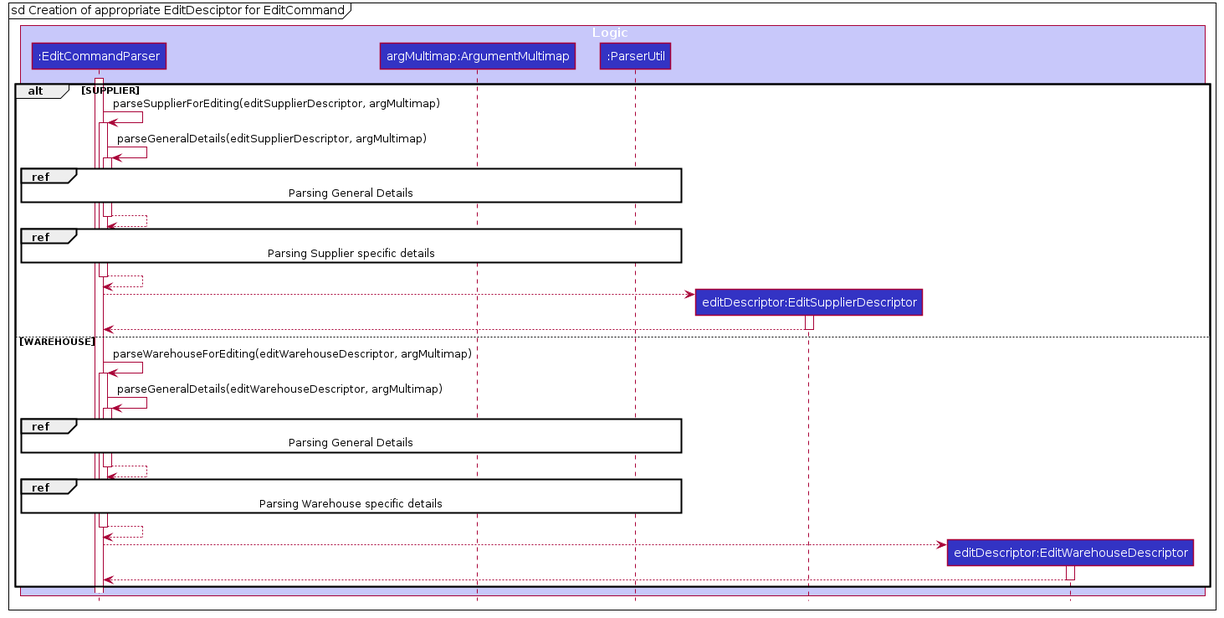
The PlantUML diagram docs/images/EditCommandDescriptorSequenceDiagram.png in tohyuting/tp, before a commit. Source of this version:
```plantuml
@startuml








skinparam BackgroundColor #FFFFFFF

skinparam Shadowing false

skinparam Class {
    FontColor #FFFFFF
    BorderThickness 1
    BorderColor #FFFFFF
    StereotypeFontColor #FFFFFF
    FontName Arial
}

skinparam Actor {
    BorderColor #000000
    Color #000000
    FontName Arial
}

skinparam Sequence {
    MessageAlign center
    BoxFontSize 15
    BoxPadding 0
    BoxFontColor #FFFFFF
    FontName Arial
}

skinparam Participant {
    FontColor #FFFFFFF
    Padding 20
}

skinparam MinClassWidth 50
skinparam ParticipantPadding 10
skinparam Shadowing false
skinparam DefaultTextAlignment center
skinparam packageStyle Rectangle

hide footbox
hide members
hide circle

mainframe sd Creation of appropriate EditDesciptor for EditCommand
box Logic #C8C8FA
participant ":EditCommandParser" as EditCommandParser #3333C4
participant "argMultimap:ArgumentMultimap" as ArgumentMultimap #3333C4
participant ":ParserUtil" as ParserUtil #3333C4
participant "editDescriptor:EditSupplierDescriptor" as EditSupplierDescriptor #3333C4
participant "editDescriptor:EditWarehouseDescriptor" as EditWarehouseDescriptor #3333C4
end box

activate EditCommandParser

alt SUPPLIER
EditCommandParser -> EditCommandParser : parseSupplierForEditing(editSupplierDescriptor, argMultimap)
activate EditCommandParser
EditCommandParser -> EditCommandParser : parseGeneralDetails(editSupplierDescriptor, argMultimap)
activate EditCommandParser
ref over EditCommandParser, ParserUtil
Parsing General Details
end
EditCommandParser --> EditCommandParser
deactivate EditCommandParser
ref over EditCommandParser, ParserUtil
Parsing Supplier specific details
end
EditCommandParser --> EditCommandParser
deactivate EditCommandParser

create EditSupplierDescriptor
EditCommandParser --> EditSupplierDescriptor
activate EditSupplierDescriptor
EditSupplierDescriptor --> EditCommandParser
deactivate EditSupplierDescriptor

else WAREHOUSE
EditCommandParser -> EditCommandParser : parseWarehouseForEditing(editWarehouseDescriptor, argMultimap)
activate EditCommandParser
EditCommandParser -> EditCommandParser : parseGeneralDetails(editWarehouseDescriptor, argMultimap)
activate EditCommandParser

ref over EditCommandParser, ParserUtil
Parsing General Details
end
EditCommandParser --> EditCommandParser
deactivate EditCommandParser
ref over EditCommandParser, ParserUtil
Parsing Warehouse specific details
end
EditCommandParser --> EditCommandParser
deactivate EditCommandParser

create EditWarehouseDescriptor
EditCommandParser --> EditWarehouseDescriptor
activate EditWarehouseDescriptor
EditWarehouseDescriptor --> EditCommandParser
deactivate EditWarehouseDescriptor

end
@enduml
```
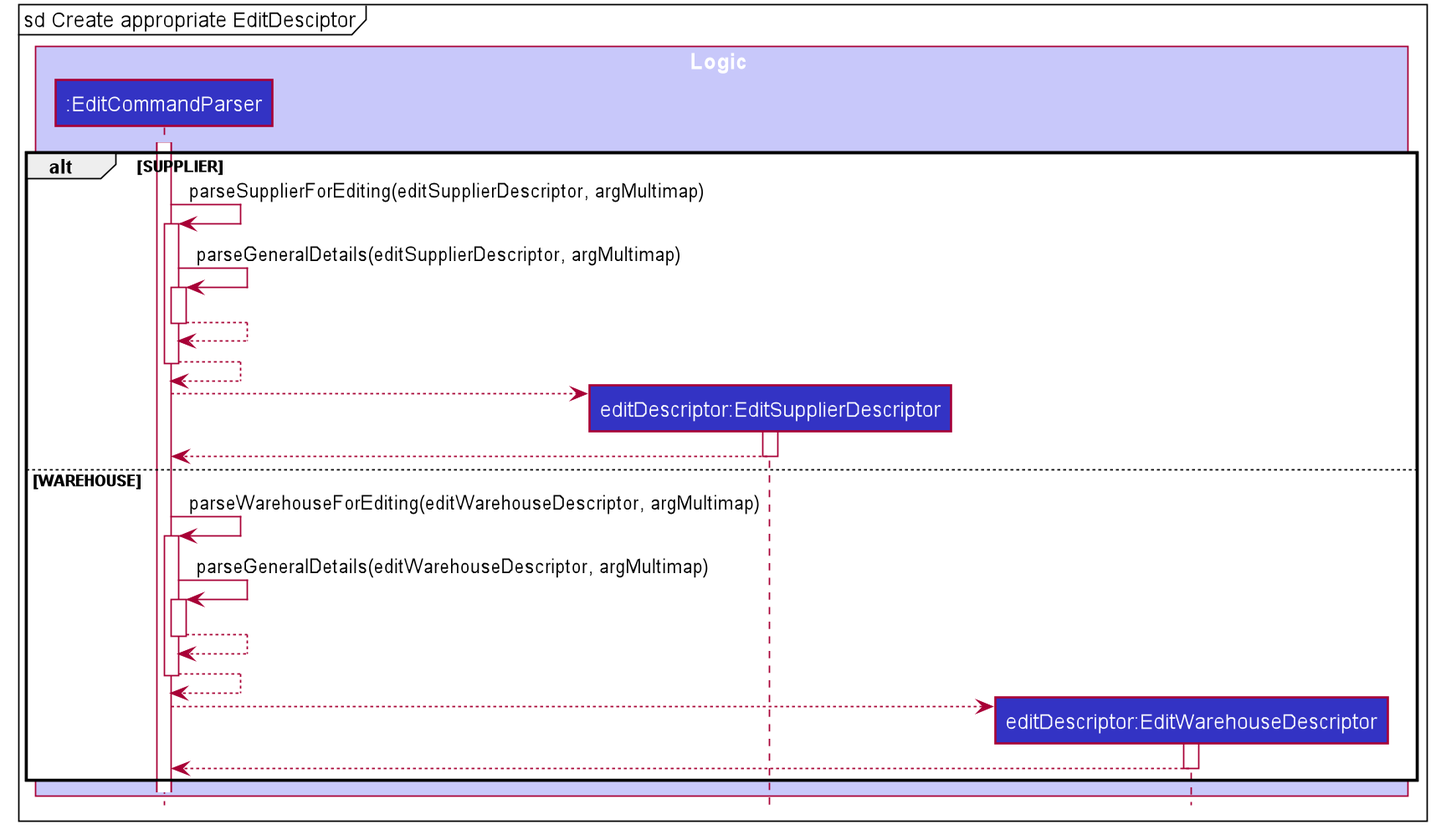
After the commit.

Change to the diagram source:
```diff
@@ -48,11 +48,9 @@
 hide members
 hide circle
 
-mainframe sd Creation of appropriate EditDesciptor for EditCommand
+mainframe sd Create appropriate EditDesciptor
 box Logic #C8C8FA
 participant ":EditCommandParser" as EditCommandParser #3333C4
-participant "argMultimap:ArgumentMultimap" as ArgumentMultimap #3333C4
-participant ":ParserUtil" as ParserUtil #3333C4
 participant "editDescriptor:EditSupplierDescriptor" as EditSupplierDescriptor #3333C4
 participant "editDescriptor:EditWarehouseDescriptor" as EditWarehouseDescriptor #3333C4
 end box
@@ -64,14 +62,10 @@
 activate EditCommandParser
 EditCommandParser -> EditCommandParser : parseGeneralDetails(editSupplierDescriptor, argMultimap)
 activate EditCommandParser
-ref over EditCommandParser, ParserUtil
-Parsing General Details
-end
+
 EditCommandParser --> EditCommandParser
 deactivate EditCommandParser
-ref over EditCommandParser, ParserUtil
-Parsing Supplier specific details
-end
+
 EditCommandParser --> EditCommandParser
 deactivate EditCommandParser
 
@@ -87,14 +81,10 @@
 EditCommandParser -> EditCommandParser : parseGeneralDetails(editWarehouseDescriptor, argMultimap)
 activate EditCommandParser
 
-ref over EditCommandParser, ParserUtil
-Parsing General Details
-end
+
 EditCommandParser --> EditCommandParser
 deactivate EditCommandParser
-ref over EditCommandParser, ParserUtil
-Parsing Warehouse specific details
-end
+
 EditCommandParser --> EditCommandParser
 deactivate EditCommandParser
 
```
